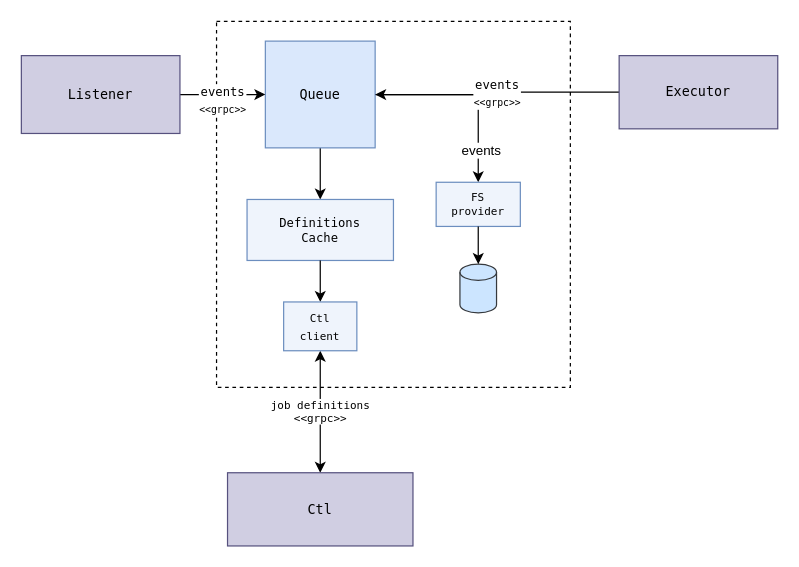
This is page "Queue" (9 of 12) of docs/Jobico.drawio from andrescosta/jobico-fn, a draw.io file, before an edit. Source tidied: cells renumbered, new cells numbered last; positions are measured from the earlier drawing's top-left corner, leaving out a move shared by most shapes. Both pictures are drawn from the tidied source at 122%, with x=0, y=0 at pixel (21, 21).
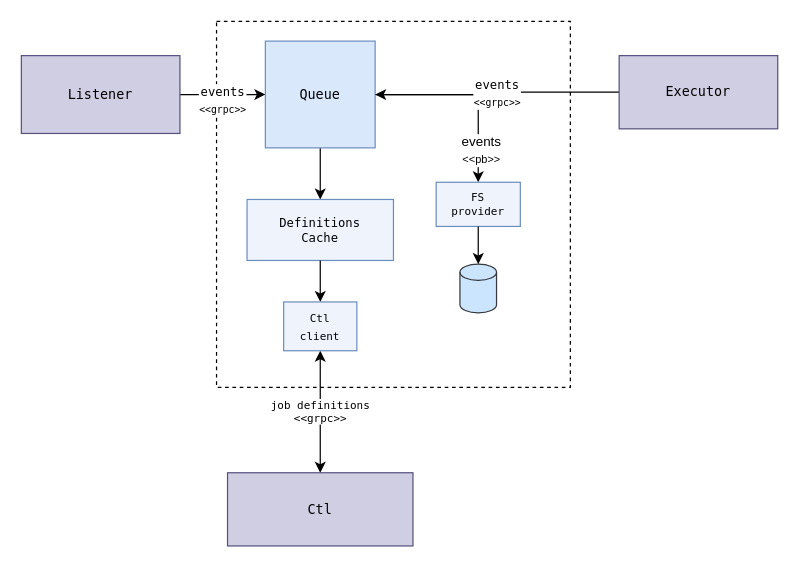
After the change.

The change refers to these unchanged cells:
```xml
<mxCell id="4" style="edgeStyle=orthogonalEdgeStyle;jettySize=auto;html=1;rounded=0;curved=0;" parent="1" edge="1" source="6" target="17">
  <mxGeometry relative="1" as="geometry" />
</mxCell>
```

The edit, as a diff of the source:
```diff
@@
-    <mxCell id="5" value="events" style="edgeLabel;html=1;align=center;verticalAlign=middle;" parent="4" vertex="1">
+    <mxCell id="5" value="events&lt;br&gt;&lt;font style=&quot;font-size: 9px;&quot;&gt;&amp;lt;&amp;lt;pb&amp;gt;&amp;gt;&lt;/font&gt;" style="edgeLabel;html=1;align=center;verticalAlign=middle;" parent="4" vertex="1">
       <mxGeometry x="0.66" y="2" relative="1" as="geometry" />
     </mxCell>
```
